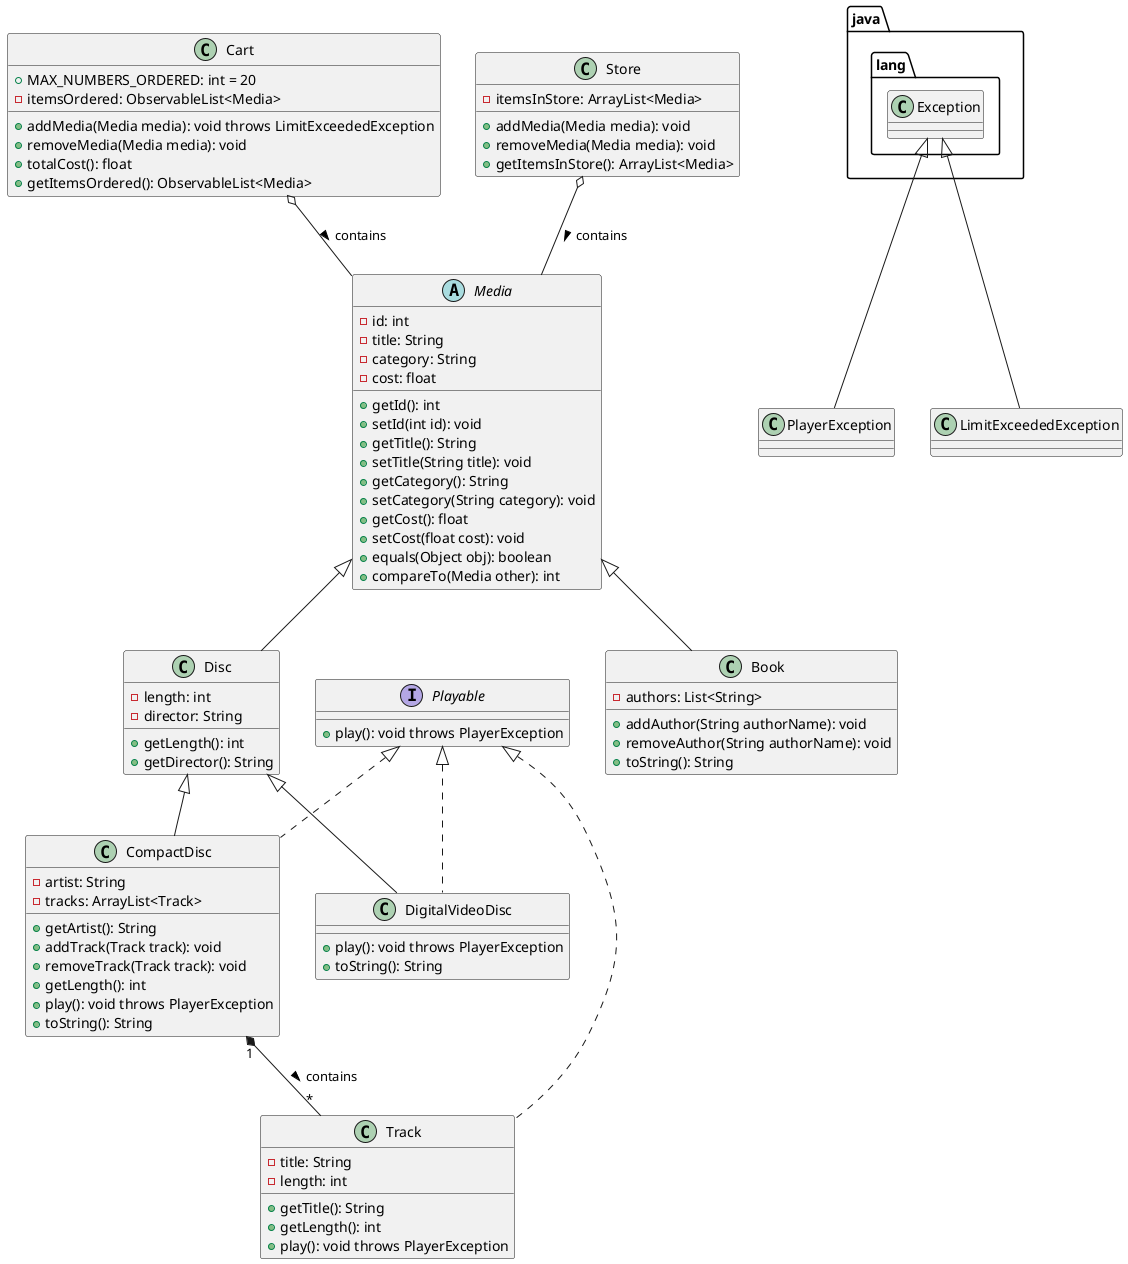
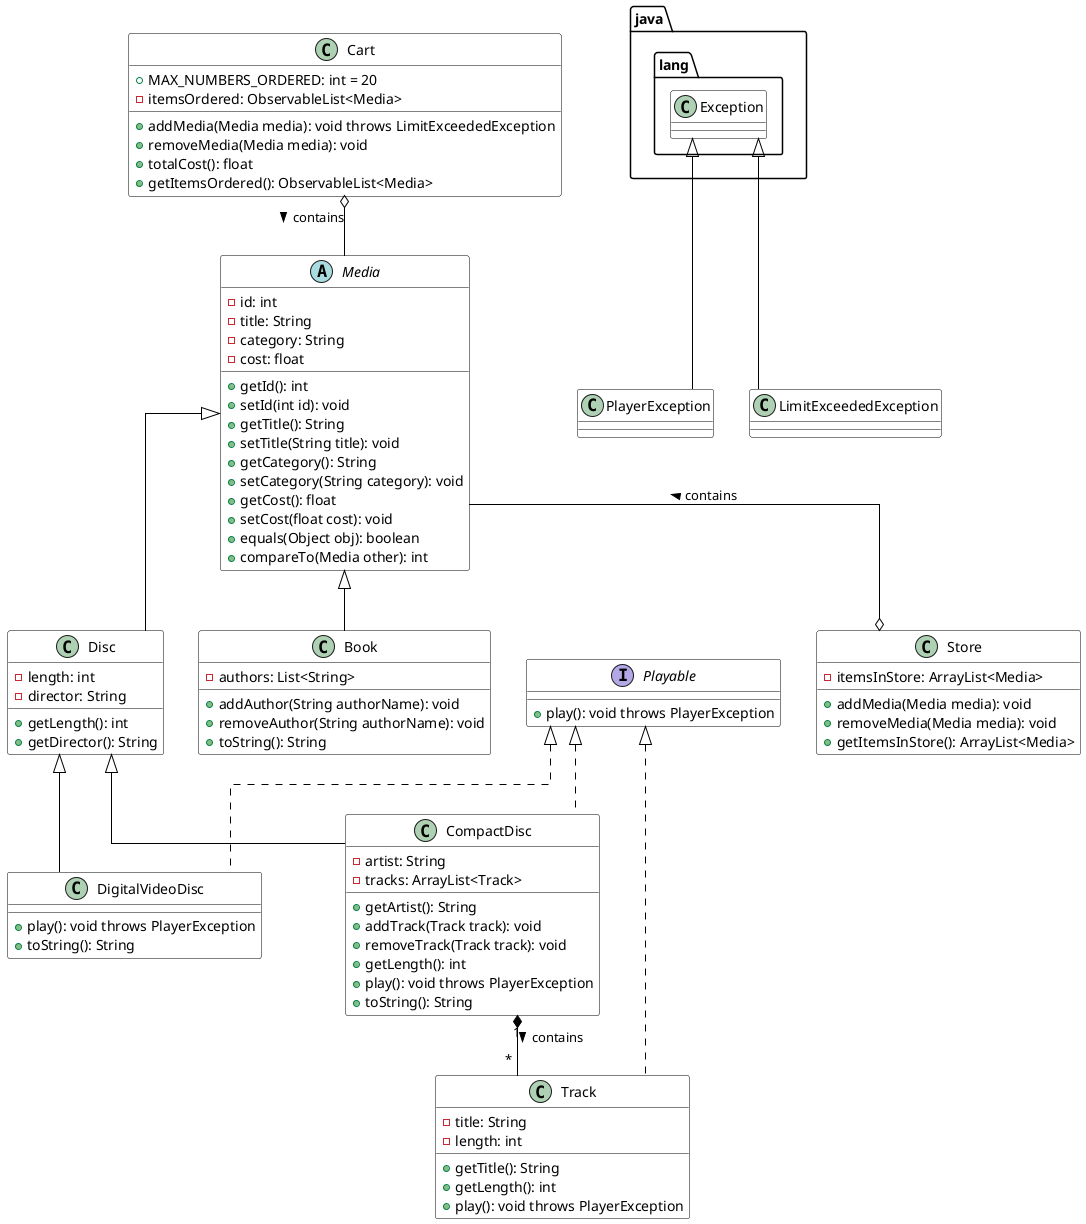
@startuml
+ skinparam shadowing false
+ skinparam class {
+     BackgroundColor White
+     BorderColor Black
+     ArrowColor Black
+     FontName Arial
+ }
+ skinparam linetype ortho
+ 
abstract class Media {
  - id: int
  - title: String
  - category: String
  - cost: float
  + getId(): int
  + setId(int id): void
  + getTitle(): String
  + setTitle(String title): void
  + getCategory(): String
  + setCategory(String category): void
  + getCost(): float
  + setCost(float cost): void
  + equals(Object obj): boolean
  + compareTo(Media other): int
}

class Disc extends Media {
  - length: int
  - director: String
  + getLength(): int
  + getDirector(): String
}

interface Playable {
  + play(): void throws PlayerException
}

class DigitalVideoDisc extends Disc implements Playable {
  + play(): void throws PlayerException
  + toString(): String
}

class CompactDisc extends Disc implements Playable {
  - artist: String
  - tracks: ArrayList<Track>
  + getArtist(): String
  + addTrack(Track track): void
  + removeTrack(Track track): void
  + getLength(): int
  + play(): void throws PlayerException
  + toString(): String
}

class Track implements Playable {
  - title: String
  - length: int
  + getTitle(): String
  + getLength(): int
  + play(): void throws PlayerException
}

class Book extends Media {
  - authors: List<String>
  + addAuthor(String authorName): void
  + removeAuthor(String authorName): void
  + toString(): String
}

class Cart {
  + MAX_NUMBERS_ORDERED: int = 20
  - itemsOrdered: ObservableList<Media>
  + addMedia(Media media): void throws LimitExceededException
  + removeMedia(Media media): void
  + totalCost(): float
  + getItemsOrdered(): ObservableList<Media>
}

class Store {
  - itemsInStore: ArrayList<Media>
  + addMedia(Media media): void
  + removeMedia(Media media): void
  + getItemsInStore(): ArrayList<Media>
}

class PlayerException extends java.lang.Exception {
}

class LimitExceededException extends java.lang.Exception {
}

+ Store o-up- Media : contains >
+ Cart o-down- Media : contains >
CompactDisc "1" *-- "*" Track : contains >
- Cart o-- Media : contains >
- Store o-- Media : contains >

@enduml
